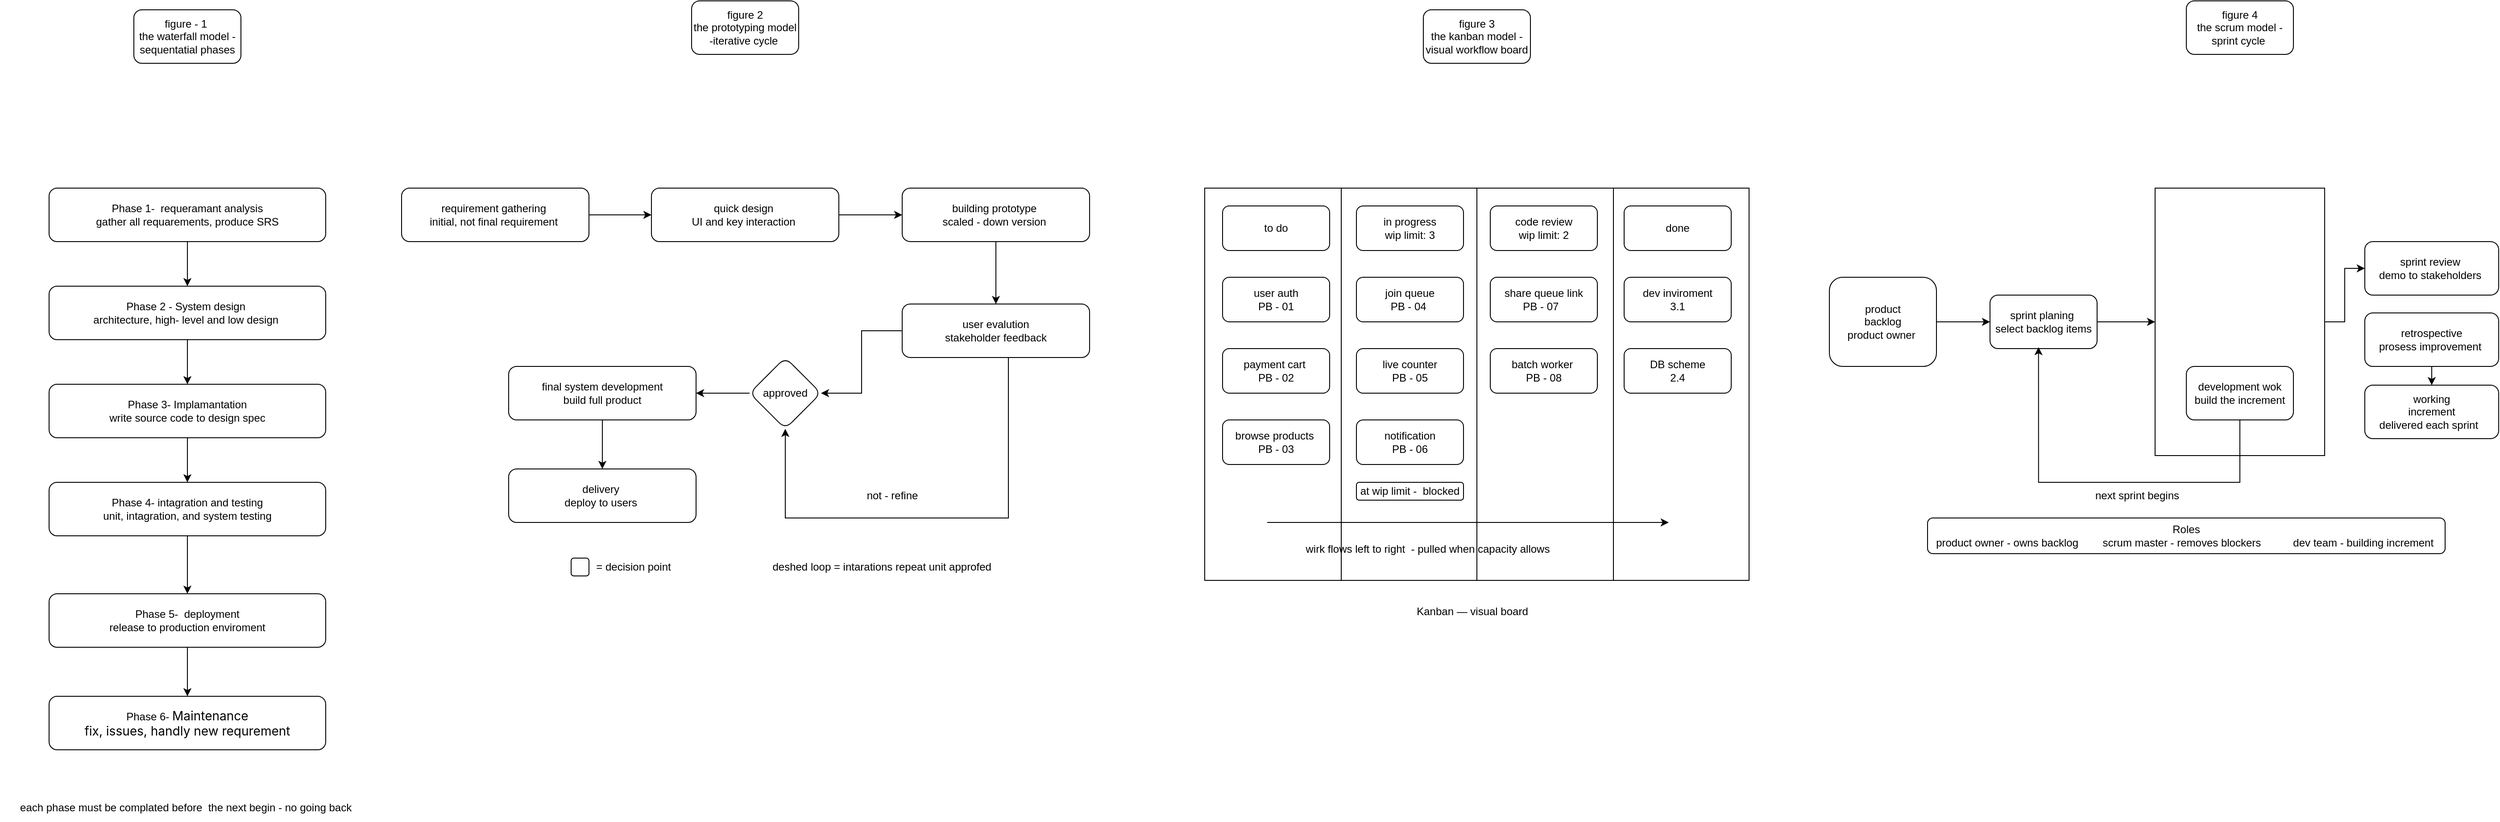
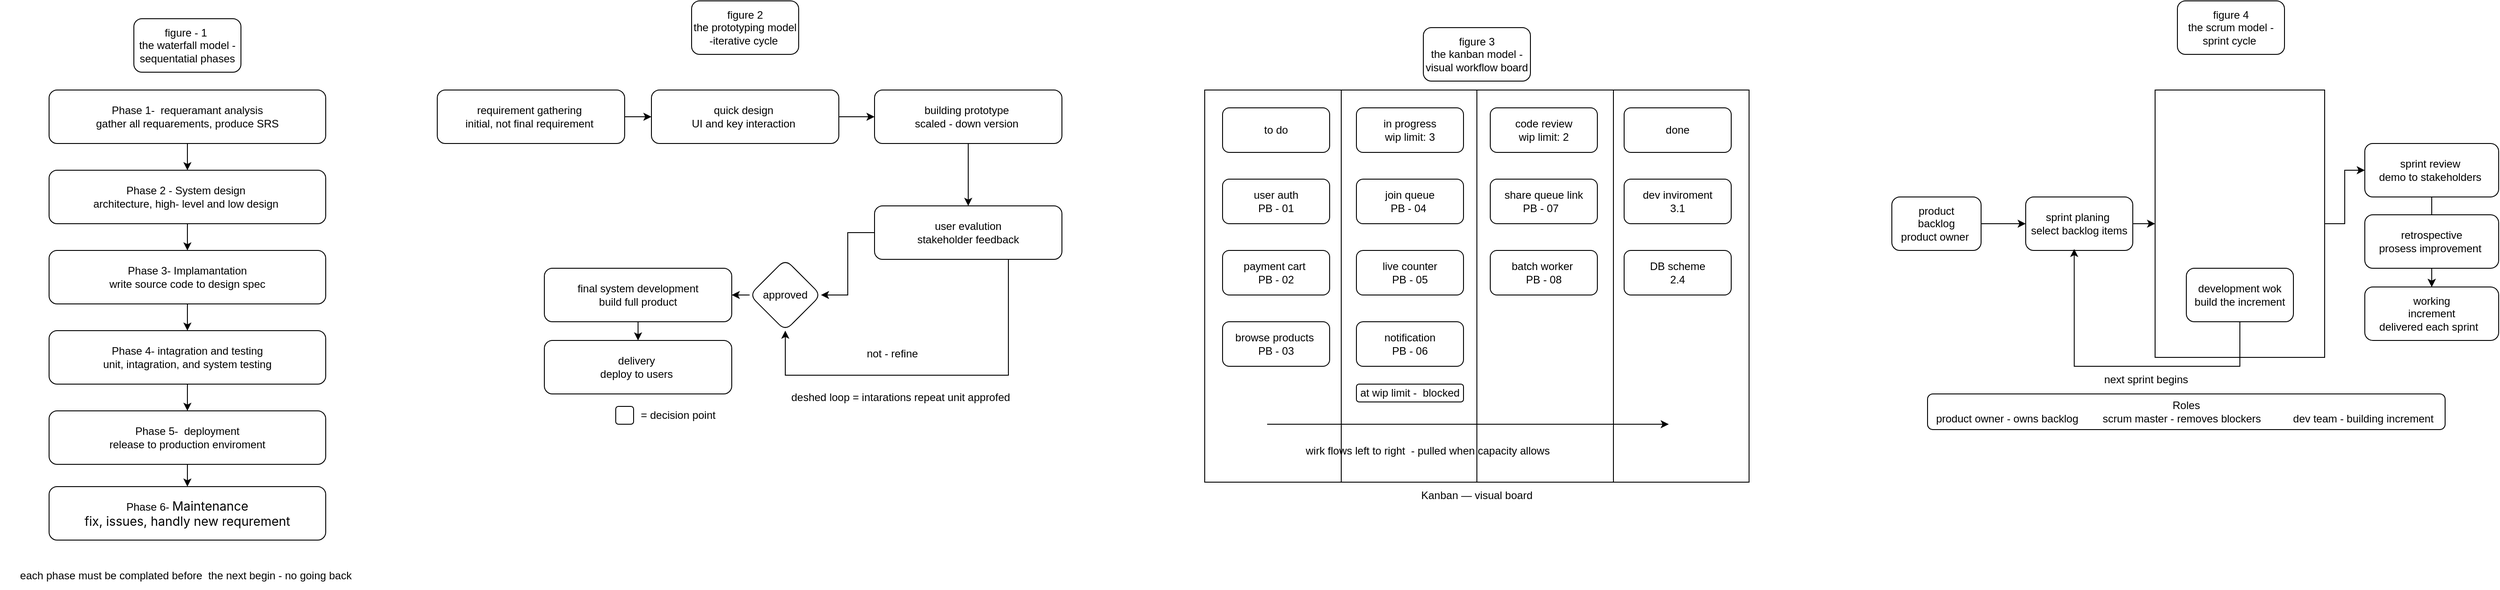
<mxfile host="app.diagrams.net" pages="2">
  <diagram name="Страница-1" id="W8KDTI9TYGR1k1TmZ-nh">
-     <mxGraphModel dx="3142" dy="3089" grid="1" gridSize="10" guides="1" tooltips="1" connect="1" arrows="1" fold="1" page="1" pageScale="1" pageWidth="827" pageHeight="1169" math="0" shadow="0">
+     <mxGraphModel dx="2357" dy="2609" grid="1" gridSize="10" guides="1" tooltips="1" connect="1" arrows="1" fold="1" page="1" pageScale="1" pageWidth="827" pageHeight="1169" math="0" shadow="0">
      <root>
        <mxCell id="0" />
        <mxCell id="1" parent="0" />
        <mxCell id="AD7cYVKL1zo6Emvl9Gtk-12" edge="1" parent="1" source="AD7cYVKL1zo6Emvl9Gtk-8" style="edgeStyle=orthogonalEdgeStyle;rounded=0;orthogonalLoop=1;jettySize=auto;html=1;" target="AD7cYVKL1zo6Emvl9Gtk-11" value="">
          <mxGeometry relative="1" as="geometry" />
        </mxCell>
        <mxCell id="AD7cYVKL1zo6Emvl9Gtk-8" parent="1" style="rounded=1;whiteSpace=wrap;html=1;" value="Phase 1-&amp;nbsp; requeramant analysis&lt;div&gt;gather all requarements, produce SRS&lt;/div&gt;" vertex="1">
          <mxGeometry height="60" width="310" x="285" y="70" as="geometry" />
        </mxCell>
        <mxCell id="AD7cYVKL1zo6Emvl9Gtk-14" edge="1" parent="1" source="AD7cYVKL1zo6Emvl9Gtk-11" style="edgeStyle=orthogonalEdgeStyle;rounded=0;orthogonalLoop=1;jettySize=auto;html=1;" target="AD7cYVKL1zo6Emvl9Gtk-13" value="">
          <mxGeometry relative="1" as="geometry" />
        </mxCell>
        <mxCell id="AD7cYVKL1zo6Emvl9Gtk-11" parent="1" style="rounded=1;whiteSpace=wrap;html=1;" value="Phase 2 - System design&amp;nbsp;&lt;div&gt;architecture, high- level and low design&amp;nbsp;&lt;/div&gt;" vertex="1">
-           <mxGeometry height="60" width="310" x="285" y="180" as="geometry" />
+           <mxGeometry height="60" width="310" x="285" y="160" as="geometry" />
        </mxCell>
        <mxCell id="AD7cYVKL1zo6Emvl9Gtk-16" edge="1" parent="1" source="AD7cYVKL1zo6Emvl9Gtk-13" style="edgeStyle=orthogonalEdgeStyle;rounded=0;orthogonalLoop=1;jettySize=auto;html=1;" target="AD7cYVKL1zo6Emvl9Gtk-15" value="">
          <mxGeometry relative="1" as="geometry" />
        </mxCell>
        <mxCell id="AD7cYVKL1zo6Emvl9Gtk-13" parent="1" style="rounded=1;whiteSpace=wrap;html=1;" value="Phase 3- Implamantation&lt;br&gt;write source code to design spec" vertex="1">
-           <mxGeometry height="60" width="310" x="285" y="290" as="geometry" />
+           <mxGeometry height="60" width="310" x="285" y="250" as="geometry" />
        </mxCell>
        <mxCell id="AD7cYVKL1zo6Emvl9Gtk-19" edge="1" parent="1" source="AD7cYVKL1zo6Emvl9Gtk-15" style="edgeStyle=orthogonalEdgeStyle;rounded=0;orthogonalLoop=1;jettySize=auto;html=1;" target="AD7cYVKL1zo6Emvl9Gtk-17" value="">
          <mxGeometry relative="1" as="geometry" />
        </mxCell>
        <mxCell id="AD7cYVKL1zo6Emvl9Gtk-15" parent="1" style="rounded=1;whiteSpace=wrap;html=1;" value="Phase 4- intagration and testing&lt;br&gt;&lt;div&gt;unit, intagration, and system testing&lt;/div&gt;" vertex="1">
-           <mxGeometry height="60" width="310" x="285" y="400" as="geometry" />
+           <mxGeometry height="60" width="310" x="285" y="340" as="geometry" />
        </mxCell>
        <mxCell id="AD7cYVKL1zo6Emvl9Gtk-21" edge="1" parent="1" source="AD7cYVKL1zo6Emvl9Gtk-17" style="edgeStyle=orthogonalEdgeStyle;rounded=0;orthogonalLoop=1;jettySize=auto;html=1;" target="AD7cYVKL1zo6Emvl9Gtk-20" value="">
          <mxGeometry relative="1" as="geometry" />
        </mxCell>
        <mxCell id="AD7cYVKL1zo6Emvl9Gtk-17" parent="1" style="rounded=1;whiteSpace=wrap;html=1;" value="Phase 5-&amp;nbsp; deployment&lt;div&gt;release to production enviroment&lt;/div&gt;" vertex="1">
-           <mxGeometry height="60" width="310" x="285" y="525" as="geometry" />
+           <mxGeometry height="60" width="310" x="285" y="430" as="geometry" />
        </mxCell>
        <mxCell id="AD7cYVKL1zo6Emvl9Gtk-20" parent="1" style="rounded=1;whiteSpace=wrap;html=1;" value="Phase 6-&amp;nbsp;&lt;span style=&quot;font-family: &amp;quot;Anthropic Sans&amp;quot;, -apple-system, BlinkMacSystemFont, &amp;quot;Segoe UI&amp;quot;, sans-serif; font-size: 14px; text-align: start; white-space: nowrap;&quot;&gt;Maintenance&lt;/span&gt;&lt;div&gt;&lt;span style=&quot;font-family: &amp;quot;Anthropic Sans&amp;quot;, -apple-system, BlinkMacSystemFont, &amp;quot;Segoe UI&amp;quot;, sans-serif; font-size: 14px; text-align: start; white-space: nowrap;&quot;&gt;fix, issues, handly new requrement&lt;/span&gt;&lt;/div&gt;" vertex="1">
-           <mxGeometry height="60" width="310" x="285" y="640" as="geometry" />
+           <mxGeometry height="60" width="310" x="285" y="515" as="geometry" />
        </mxCell>
        <mxCell id="AD7cYVKL1zo6Emvl9Gtk-22" parent="1" style="text;html=1;whiteSpace=wrap;strokeColor=none;fillColor=none;align=center;verticalAlign=middle;rounded=0;" value="each phase must be complated before&amp;nbsp; the next begin - no going back&amp;nbsp;" vertex="1">
-           <mxGeometry height="30" width="420" x="230" y="750" as="geometry" />
+           <mxGeometry height="30" width="420" x="230" y="600" as="geometry" />
        </mxCell>
        <mxCell id="AD7cYVKL1zo6Emvl9Gtk-28" edge="1" parent="1" source="AD7cYVKL1zo6Emvl9Gtk-24" style="edgeStyle=orthogonalEdgeStyle;rounded=0;orthogonalLoop=1;jettySize=auto;html=1;" target="AD7cYVKL1zo6Emvl9Gtk-27" value="">
          <mxGeometry relative="1" as="geometry" />
        </mxCell>
        <mxCell id="AD7cYVKL1zo6Emvl9Gtk-24" parent="1" style="rounded=1;whiteSpace=wrap;html=1;" value="requirement gathering&amp;nbsp;&lt;div&gt;&lt;/div&gt;&lt;div&gt;initial, not final requirement&amp;nbsp;&lt;/div&gt;" vertex="1">
-           <mxGeometry height="60" width="210" x="680" y="70" as="geometry" />
+           <mxGeometry height="60" width="210" x="720" y="70" as="geometry" />
        </mxCell>
        <mxCell id="AD7cYVKL1zo6Emvl9Gtk-30" edge="1" parent="1" source="AD7cYVKL1zo6Emvl9Gtk-27" style="edgeStyle=orthogonalEdgeStyle;rounded=0;orthogonalLoop=1;jettySize=auto;html=1;" target="AD7cYVKL1zo6Emvl9Gtk-29" value="">
          <mxGeometry relative="1" as="geometry" />
        </mxCell>
        <mxCell id="AD7cYVKL1zo6Emvl9Gtk-27" parent="1" style="rounded=1;whiteSpace=wrap;html=1;" value="quick design&amp;nbsp;&lt;div&gt;UI and key interaction&amp;nbsp;&lt;/div&gt;" vertex="1">
          <mxGeometry height="60" width="210" x="960" y="70" as="geometry" />
        </mxCell>
        <mxCell id="AD7cYVKL1zo6Emvl9Gtk-32" edge="1" parent="1" source="AD7cYVKL1zo6Emvl9Gtk-29" style="edgeStyle=orthogonalEdgeStyle;rounded=0;orthogonalLoop=1;jettySize=auto;html=1;" target="AD7cYVKL1zo6Emvl9Gtk-31" value="">
          <mxGeometry relative="1" as="geometry" />
        </mxCell>
        <mxCell id="AD7cYVKL1zo6Emvl9Gtk-29" parent="1" style="rounded=1;whiteSpace=wrap;html=1;" value="building prototype&amp;nbsp;&lt;div&gt;scaled - down version&amp;nbsp;&lt;/div&gt;" vertex="1">
-           <mxGeometry height="60" width="210" x="1241" y="70" as="geometry" />
+           <mxGeometry height="60" width="210" x="1210" y="70" as="geometry" />
        </mxCell>
        <mxCell id="AD7cYVKL1zo6Emvl9Gtk-34" edge="1" parent="1" source="AD7cYVKL1zo6Emvl9Gtk-31" style="edgeStyle=orthogonalEdgeStyle;rounded=0;orthogonalLoop=1;jettySize=auto;html=1;" target="AD7cYVKL1zo6Emvl9Gtk-33" value="">
          <mxGeometry relative="1" as="geometry" />
        </mxCell>
        <mxCell id="AD7cYVKL1zo6Emvl9Gtk-35" edge="1" parent="1" source="AD7cYVKL1zo6Emvl9Gtk-31" style="edgeStyle=orthogonalEdgeStyle;rounded=0;orthogonalLoop=1;jettySize=auto;html=1;entryX=0.5;entryY=1;entryDx=0;entryDy=0;" target="AD7cYVKL1zo6Emvl9Gtk-33">
          <mxGeometry relative="1" as="geometry">
            <Array as="points">
-               <mxPoint x="1360" y="440" />
-               <mxPoint x="1110" y="440" />
+               <mxPoint x="1360" y="390" />
+               <mxPoint x="1110" y="390" />
            </Array>
          </mxGeometry>
        </mxCell>
        <mxCell id="AD7cYVKL1zo6Emvl9Gtk-31" parent="1" style="rounded=1;whiteSpace=wrap;html=1;" value="user evalution&lt;div&gt;stakeholder feedback&lt;/div&gt;" vertex="1">
-           <mxGeometry height="60" width="210" x="1241" y="200" as="geometry" />
+           <mxGeometry height="60" width="210" x="1210" y="200" as="geometry" />
        </mxCell>
        <mxCell id="AD7cYVKL1zo6Emvl9Gtk-38" edge="1" parent="1" source="AD7cYVKL1zo6Emvl9Gtk-33" style="edgeStyle=orthogonalEdgeStyle;rounded=0;orthogonalLoop=1;jettySize=auto;html=1;" target="AD7cYVKL1zo6Emvl9Gtk-37" value="">
          <mxGeometry relative="1" as="geometry" />
        </mxCell>
        <mxCell id="AD7cYVKL1zo6Emvl9Gtk-33" parent="1" style="rhombus;whiteSpace=wrap;html=1;rounded=1;" value="approved" vertex="1">
          <mxGeometry height="80" width="80" x="1070" y="260" as="geometry" />
        </mxCell>
        <mxCell id="AD7cYVKL1zo6Emvl9Gtk-36" parent="1" style="text;html=1;whiteSpace=wrap;strokeColor=none;fillColor=none;align=center;verticalAlign=middle;rounded=0;" value="not - refine" vertex="1">
-           <mxGeometry height="30" width="60" x="1200" y="400" as="geometry" />
+           <mxGeometry height="30" width="60" x="1200" y="351" as="geometry" />
        </mxCell>
        <mxCell id="AD7cYVKL1zo6Emvl9Gtk-40" edge="1" parent="1" source="AD7cYVKL1zo6Emvl9Gtk-37" style="edgeStyle=orthogonalEdgeStyle;rounded=0;orthogonalLoop=1;jettySize=auto;html=1;" target="AD7cYVKL1zo6Emvl9Gtk-39" value="">
          <mxGeometry relative="1" as="geometry" />
        </mxCell>
        <mxCell id="AD7cYVKL1zo6Emvl9Gtk-37" parent="1" style="whiteSpace=wrap;html=1;rounded=1;" value="final system development&lt;div&gt;build full product&lt;/div&gt;" vertex="1">
-           <mxGeometry height="60" width="210" x="800" y="270" as="geometry" />
+           <mxGeometry height="60" width="210" x="840" y="270" as="geometry" />
        </mxCell>
        <mxCell id="AD7cYVKL1zo6Emvl9Gtk-39" parent="1" style="whiteSpace=wrap;html=1;rounded=1;" value="delivery&amp;nbsp;&lt;div&gt;deploy to users&amp;nbsp;&lt;/div&gt;" vertex="1">
-           <mxGeometry height="60" width="210" x="800" y="385" as="geometry" />
+           <mxGeometry height="60" width="210" x="840" y="351" as="geometry" />
        </mxCell>
        <mxCell id="AD7cYVKL1zo6Emvl9Gtk-41" parent="1" style="rounded=1;whiteSpace=wrap;html=1;" value="" vertex="1">
-           <mxGeometry height="20" width="20" x="870" y="485" as="geometry" />
+           <mxGeometry height="20" width="20" x="920" y="425" as="geometry" />
        </mxCell>
        <mxCell id="AD7cYVKL1zo6Emvl9Gtk-42" parent="1" style="text;html=1;whiteSpace=wrap;strokeColor=none;fillColor=none;align=center;verticalAlign=middle;rounded=0;" value="= decision point" vertex="1">
-           <mxGeometry height="30" width="100" x="890" y="480" as="geometry" />
+           <mxGeometry height="30" width="100" x="940" y="420" as="geometry" />
        </mxCell>
        <mxCell id="AD7cYVKL1zo6Emvl9Gtk-43" parent="1" style="text;html=1;whiteSpace=wrap;strokeColor=none;fillColor=none;align=center;verticalAlign=middle;rounded=0;" value="deshed loop = intarations repeat unit approfed&amp;nbsp;" vertex="1">
-           <mxGeometry height="30" width="280" x="1080" y="480" as="geometry" />
+           <mxGeometry height="30" width="280" x="1101" y="400" as="geometry" />
        </mxCell>
        <mxCell id="AD7cYVKL1zo6Emvl9Gtk-44" parent="1" style="shape=table;startSize=0;container=1;collapsible=0;childLayout=tableLayout;fixedHeader=1;" value="" vertex="1">
          <mxGeometry height="440" width="610" x="1580" y="70" as="geometry" />
        </mxCell>
        <mxCell id="AD7cYVKL1zo6Emvl9Gtk-45" parent="AD7cYVKL1zo6Emvl9Gtk-44" style="shape=tableRow;horizontal=0;startSize=0;swimlaneHead=0;swimlaneBody=0;strokeColor=inherit;top=0;left=0;bottom=0;right=0;collapsible=0;dropTarget=0;fillColor=none;points=[[0,0.5],[1,0.5]];portConstraint=eastwest;fixedHeader=1;" value="" vertex="1">
          <mxGeometry height="440" width="610" as="geometry" />
        </mxCell>
        <mxCell id="AD7cYVKL1zo6Emvl9Gtk-46" parent="AD7cYVKL1zo6Emvl9Gtk-45" style="shape=partialRectangle;html=1;whiteSpace=wrap;connectable=0;strokeColor=inherit;overflow=hidden;fillColor=none;top=0;left=0;bottom=0;right=0;pointerEvents=1;" value="" vertex="1">
          <mxGeometry height="440" width="153" as="geometry">
            <mxRectangle height="440" width="153" as="alternateBounds" />
          </mxGeometry>
        </mxCell>
        <mxCell id="AD7cYVKL1zo6Emvl9Gtk-47" parent="AD7cYVKL1zo6Emvl9Gtk-45" style="shape=partialRectangle;html=1;whiteSpace=wrap;connectable=0;strokeColor=inherit;overflow=hidden;fillColor=none;top=0;left=0;bottom=0;right=0;pointerEvents=1;" value="" vertex="1">
          <mxGeometry height="440" width="152" x="153" as="geometry">
            <mxRectangle height="440" width="152" as="alternateBounds" />
          </mxGeometry>
        </mxCell>
        <mxCell id="AD7cYVKL1zo6Emvl9Gtk-48" parent="AD7cYVKL1zo6Emvl9Gtk-45" style="shape=partialRectangle;html=1;whiteSpace=wrap;connectable=0;strokeColor=inherit;overflow=hidden;fillColor=none;top=0;left=0;bottom=0;right=0;pointerEvents=1;" value="" vertex="1">
          <mxGeometry height="440" width="153" x="305" as="geometry">
            <mxRectangle height="440" width="153" as="alternateBounds" />
          </mxGeometry>
        </mxCell>
        <mxCell id="AD7cYVKL1zo6Emvl9Gtk-49" parent="AD7cYVKL1zo6Emvl9Gtk-45" style="shape=partialRectangle;html=1;whiteSpace=wrap;connectable=0;strokeColor=inherit;overflow=hidden;fillColor=none;top=0;left=0;bottom=0;right=0;pointerEvents=1;" value="" vertex="1">
          <mxGeometry height="440" width="152" x="458" as="geometry">
            <mxRectangle height="440" width="152" as="alternateBounds" />
          </mxGeometry>
        </mxCell>
        <mxCell id="AD7cYVKL1zo6Emvl9Gtk-50" parent="1" style="rounded=1;whiteSpace=wrap;html=1;" value="to do" vertex="1">
          <mxGeometry height="50" width="120" x="1600" y="90" as="geometry" />
        </mxCell>
        <mxCell id="AD7cYVKL1zo6Emvl9Gtk-57" parent="1" style="rounded=1;whiteSpace=wrap;html=1;" value="user auth&lt;div&gt;PB - 01&lt;/div&gt;" vertex="1">
          <mxGeometry height="50" width="120" x="1600" y="170" as="geometry" />
        </mxCell>
        <mxCell id="AD7cYVKL1zo6Emvl9Gtk-59" parent="1" style="rounded=1;whiteSpace=wrap;html=1;" value="payment cart&amp;nbsp;&lt;div&gt;PB - 02&lt;/div&gt;" vertex="1">
          <mxGeometry height="50" width="120" x="1600" y="250" as="geometry" />
        </mxCell>
        <mxCell id="AD7cYVKL1zo6Emvl9Gtk-60" parent="1" style="rounded=1;whiteSpace=wrap;html=1;" value="browse products&amp;nbsp;&lt;div&gt;PB - 03&lt;/div&gt;" vertex="1">
          <mxGeometry height="50" width="120" x="1600" y="330" as="geometry" />
        </mxCell>
        <mxCell id="AD7cYVKL1zo6Emvl9Gtk-61" parent="1" style="rounded=1;whiteSpace=wrap;html=1;" value="in progress&lt;div&gt;wip limit: 3&lt;/div&gt;" vertex="1">
          <mxGeometry height="50" width="120" x="1750" y="90" as="geometry" />
        </mxCell>
        <mxCell id="AD7cYVKL1zo6Emvl9Gtk-62" parent="1" style="rounded=1;whiteSpace=wrap;html=1;" value="code review&lt;div&gt;wip limit: 2&lt;/div&gt;" vertex="1">
          <mxGeometry height="50" width="120" x="1900" y="90" as="geometry" />
        </mxCell>
        <mxCell id="AD7cYVKL1zo6Emvl9Gtk-63" parent="1" style="rounded=1;whiteSpace=wrap;html=1;" value="done" vertex="1">
          <mxGeometry height="50" width="120" x="2050" y="90" as="geometry" />
        </mxCell>
        <mxCell id="AD7cYVKL1zo6Emvl9Gtk-64" parent="1" style="rounded=1;whiteSpace=wrap;html=1;" value="dev inviroment&lt;div&gt;3.1&lt;/div&gt;" vertex="1">
          <mxGeometry height="50" width="120" x="2050" y="170" as="geometry" />
        </mxCell>
        <mxCell id="AD7cYVKL1zo6Emvl9Gtk-65" parent="1" style="rounded=1;whiteSpace=wrap;html=1;" value="join queue&lt;div&gt;PB - 04&amp;nbsp;&lt;/div&gt;" vertex="1">
          <mxGeometry height="50" width="120" x="1750" y="170" as="geometry" />
        </mxCell>
        <mxCell id="AD7cYVKL1zo6Emvl9Gtk-70" parent="1" style="rounded=1;whiteSpace=wrap;html=1;" value="live counter&lt;div&gt;PB - 05&lt;/div&gt;" vertex="1">
          <mxGeometry height="50" width="120" x="1750" y="250" as="geometry" />
        </mxCell>
        <mxCell id="AD7cYVKL1zo6Emvl9Gtk-71" parent="1" style="rounded=1;whiteSpace=wrap;html=1;" value="notification&lt;div&gt;PB - 06&lt;/div&gt;" vertex="1">
          <mxGeometry height="50" width="120" x="1750" y="330" as="geometry" />
        </mxCell>
        <mxCell id="AD7cYVKL1zo6Emvl9Gtk-73" parent="1" style="rounded=1;whiteSpace=wrap;html=1;" value="share queue link&lt;div&gt;&lt;span style=&quot;background-color: transparent; color: light-dark(rgb(0, 0, 0), rgb(255, 255, 255));&quot;&gt;PB - 07&amp;nbsp;&amp;nbsp;&lt;/span&gt;&lt;/div&gt;" vertex="1">
          <mxGeometry height="50" width="120" x="1900" y="170" as="geometry" />
        </mxCell>
        <mxCell id="AD7cYVKL1zo6Emvl9Gtk-74" parent="1" style="rounded=1;whiteSpace=wrap;html=1;" value="batch worker&amp;nbsp;&lt;div&gt;PB - 08&lt;/div&gt;" vertex="1">
          <mxGeometry height="50" width="120" x="1900" y="250" as="geometry" />
        </mxCell>
        <mxCell id="AD7cYVKL1zo6Emvl9Gtk-76" parent="1" style="rounded=1;whiteSpace=wrap;html=1;" value="DB scheme&lt;div&gt;2.4&lt;/div&gt;" vertex="1">
          <mxGeometry height="50" width="120" x="2050" y="250" as="geometry" />
        </mxCell>
        <mxCell id="AD7cYVKL1zo6Emvl9Gtk-78" parent="1" style="rounded=1;whiteSpace=wrap;html=1;" value="at wip limit -&amp;nbsp; blocked" vertex="1">
          <mxGeometry height="20" width="120" x="1750" y="400" as="geometry" />
        </mxCell>
        <mxCell id="AD7cYVKL1zo6Emvl9Gtk-88" edge="1" parent="1" style="endArrow=classic;html=1;rounded=0;exitX=1;exitY=0.5;exitDx=0;exitDy=0;entryX=0;entryY=0.5;entryDx=0;entryDy=0;" value="">
          <mxGeometry height="50" relative="1" width="50" as="geometry">
            <mxPoint x="1650" y="445" as="sourcePoint" />
            <mxPoint x="2100" y="445" as="targetPoint" />
          </mxGeometry>
        </mxCell>
        <mxCell id="AD7cYVKL1zo6Emvl9Gtk-93" parent="1" style="text;html=1;whiteSpace=wrap;strokeColor=none;fillColor=none;align=center;verticalAlign=middle;rounded=0;" value="wirk flows left to right&amp;nbsp; - pulled when capacity allows" vertex="1">
          <mxGeometry height="30" width="440" x="1610" y="460" as="geometry" />
        </mxCell>
        <mxCell id="AD7cYVKL1zo6Emvl9Gtk-94" parent="1" style="text;html=1;whiteSpace=wrap;strokeColor=none;fillColor=none;align=center;verticalAlign=middle;rounded=0;" value="Kanban — visual board" vertex="1">
-           <mxGeometry height="30" width="240" x="1760" y="530" as="geometry" />
+           <mxGeometry height="30" width="240" x="1765" y="510" as="geometry" />
        </mxCell>
        <mxCell id="AD7cYVKL1zo6Emvl9Gtk-97" edge="1" parent="1" source="AD7cYVKL1zo6Emvl9Gtk-95" style="edgeStyle=orthogonalEdgeStyle;rounded=0;orthogonalLoop=1;jettySize=auto;html=1;" target="AD7cYVKL1zo6Emvl9Gtk-96" value="">
          <mxGeometry relative="1" as="geometry" />
        </mxCell>
        <mxCell id="AD7cYVKL1zo6Emvl9Gtk-95" parent="1" style="rounded=1;whiteSpace=wrap;html=1;" value="product&lt;div&gt;backlog&lt;/div&gt;&lt;div&gt;product owner&amp;nbsp;&lt;/div&gt;" vertex="1">
-           <mxGeometry height="100" width="120" x="2280" y="170" as="geometry" />
+           <mxGeometry height="60" width="100" x="2350" y="190" as="geometry" />
        </mxCell>
        <mxCell id="AD7cYVKL1zo6Emvl9Gtk-119" edge="1" parent="1" source="AD7cYVKL1zo6Emvl9Gtk-96" style="edgeStyle=orthogonalEdgeStyle;rounded=0;orthogonalLoop=1;jettySize=auto;html=1;entryX=0;entryY=0.5;entryDx=0;entryDy=0;" target="AD7cYVKL1zo6Emvl9Gtk-110">
          <mxGeometry relative="1" as="geometry" />
        </mxCell>
        <mxCell id="AD7cYVKL1zo6Emvl9Gtk-96" parent="1" style="whiteSpace=wrap;html=1;rounded=1;" value="sprint planing&amp;nbsp;&lt;div&gt;select backlog items&lt;/div&gt;" vertex="1">
-           <mxGeometry height="60" width="120" x="2460" y="190" as="geometry" />
+           <mxGeometry height="60" width="120" x="2500" y="190" as="geometry" />
        </mxCell>
        <mxCell id="AD7cYVKL1zo6Emvl9Gtk-117" edge="1" parent="1" source="AD7cYVKL1zo6Emvl9Gtk-107" style="edgeStyle=orthogonalEdgeStyle;rounded=0;orthogonalLoop=1;jettySize=auto;html=1;" target="AD7cYVKL1zo6Emvl9Gtk-116" value="">
          <mxGeometry relative="1" as="geometry" />
        </mxCell>
        <mxCell id="AD7cYVKL1zo6Emvl9Gtk-107" parent="1" style="rounded=1;whiteSpace=wrap;html=1;" value="sprint backlog&amp;nbsp;&lt;div&gt;committed tasks&lt;/div&gt;" vertex="1">
          <mxGeometry height="60" width="120" x="2680" y="110" as="geometry" />
        </mxCell>
        <mxCell id="AD7cYVKL1zo6Emvl9Gtk-108" parent="1" style="text;html=1;whiteSpace=wrap;strokeColor=none;fillColor=none;align=center;verticalAlign=middle;rounded=0;" value="sprint (1-4 weeks)" vertex="1">
          <mxGeometry height="30" width="110" x="2680" y="80" as="geometry" />
        </mxCell>
        <mxCell id="AD7cYVKL1zo6Emvl9Gtk-115" parent="1" style="whiteSpace=wrap;html=1;rounded=1;" value="dalily scrum&amp;nbsp;&lt;div&gt;15 min stand - up&lt;/div&gt;" vertex="1">
          <mxGeometry height="60" width="120" x="2680" y="190" as="geometry" />
        </mxCell>
        <mxCell id="AD7cYVKL1zo6Emvl9Gtk-109" parent="1" style="shape=table;startSize=0;container=1;collapsible=0;childLayout=tableLayout;fixedHeader=1;" value="" vertex="1">
          <mxGeometry height="300" width="190" x="2645" y="70" as="geometry" />
        </mxCell>
        <mxCell id="AD7cYVKL1zo6Emvl9Gtk-110" parent="AD7cYVKL1zo6Emvl9Gtk-109" style="shape=tableRow;horizontal=0;startSize=0;swimlaneHead=0;swimlaneBody=0;strokeColor=inherit;top=0;left=0;bottom=0;right=0;collapsible=0;dropTarget=0;fillColor=none;points=[[0,0.5],[1,0.5]];portConstraint=eastwest;fixedHeader=1;" value="" vertex="1">
          <mxGeometry height="300" width="190" as="geometry" />
        </mxCell>
        <mxCell id="AD7cYVKL1zo6Emvl9Gtk-111" parent="AD7cYVKL1zo6Emvl9Gtk-110" style="shape=partialRectangle;html=1;whiteSpace=wrap;connectable=0;strokeColor=inherit;overflow=hidden;fillColor=none;top=0;left=0;bottom=0;right=0;pointerEvents=1;" value="" vertex="1">
          <mxGeometry height="300" width="190" as="geometry">
            <mxRectangle height="300" width="190" as="alternateBounds" />
          </mxGeometry>
        </mxCell>
        <mxCell id="AD7cYVKL1zo6Emvl9Gtk-116" parent="1" style="whiteSpace=wrap;html=1;rounded=1;" value="development wok&lt;div&gt;build the increment&lt;/div&gt;" vertex="1">
          <mxGeometry height="60" width="120" x="2680" y="270" as="geometry" />
        </mxCell>
        <mxCell id="AD7cYVKL1zo6Emvl9Gtk-118" edge="1" parent="1" source="AD7cYVKL1zo6Emvl9Gtk-116" style="edgeStyle=orthogonalEdgeStyle;rounded=0;orthogonalLoop=1;jettySize=auto;html=1;entryX=0.453;entryY=0.972;entryDx=0;entryDy=0;entryPerimeter=0;" target="AD7cYVKL1zo6Emvl9Gtk-96">
          <mxGeometry relative="1" as="geometry">
            <Array as="points">
-               <mxPoint x="2740" y="400" />
-               <mxPoint x="2514" y="400" />
+               <mxPoint x="2740" y="380" />
+               <mxPoint x="2554" y="380" />
            </Array>
          </mxGeometry>
        </mxCell>
        <mxCell id="AD7cYVKL1zo6Emvl9Gtk-120" parent="1" style="text;html=1;whiteSpace=wrap;strokeColor=none;fillColor=none;align=center;verticalAlign=middle;rounded=0;" value="next sprint begins" vertex="1">
-           <mxGeometry height="30" width="110" x="2570" y="400" as="geometry" />
+           <mxGeometry height="30" width="110" x="2580" y="380" as="geometry" />
+         </mxCell>
+         <mxCell id="a7a6vfPSwvlyquDUGQXP-2" edge="1" parent="1" source="AD7cYVKL1zo6Emvl9Gtk-121" style="edgeStyle=orthogonalEdgeStyle;rounded=0;orthogonalLoop=1;jettySize=auto;html=1;" target="AD7cYVKL1zo6Emvl9Gtk-123" value="">
+           <mxGeometry relative="1" as="geometry" />
        </mxCell>
        <mxCell id="AD7cYVKL1zo6Emvl9Gtk-121" parent="1" style="rounded=1;whiteSpace=wrap;html=1;" value="sprint review&amp;nbsp;&lt;div&gt;demo to stakeholders&amp;nbsp;&lt;/div&gt;" vertex="1">
          <mxGeometry height="60" width="150" x="2880" y="130" as="geometry" />
        </mxCell>
        <mxCell id="AD7cYVKL1zo6Emvl9Gtk-125" edge="1" parent="1" source="AD7cYVKL1zo6Emvl9Gtk-122" style="edgeStyle=orthogonalEdgeStyle;rounded=0;orthogonalLoop=1;jettySize=auto;html=1;" target="AD7cYVKL1zo6Emvl9Gtk-123" value="">
          <mxGeometry relative="1" as="geometry" />
        </mxCell>
        <mxCell id="AD7cYVKL1zo6Emvl9Gtk-122" parent="1" style="rounded=1;whiteSpace=wrap;html=1;" value="retrospective&lt;div&gt;prosess improvement&amp;nbsp;&lt;/div&gt;" vertex="1">
          <mxGeometry height="60" width="150" x="2880" y="210" as="geometry" />
        </mxCell>
        <mxCell id="AD7cYVKL1zo6Emvl9Gtk-123" parent="1" style="rounded=1;whiteSpace=wrap;html=1;" value="working&lt;div&gt;increment&lt;/div&gt;&lt;div&gt;delivered each sprint&amp;nbsp;&amp;nbsp;&lt;/div&gt;" vertex="1">
          <mxGeometry height="60" width="150" x="2880" y="291" as="geometry" />
        </mxCell>
        <mxCell id="AD7cYVKL1zo6Emvl9Gtk-126" edge="1" parent="1" source="AD7cYVKL1zo6Emvl9Gtk-110" style="edgeStyle=orthogonalEdgeStyle;rounded=0;orthogonalLoop=1;jettySize=auto;html=1;" target="AD7cYVKL1zo6Emvl9Gtk-121">
          <mxGeometry relative="1" as="geometry" />
        </mxCell>
        <mxCell id="AD7cYVKL1zo6Emvl9Gtk-127" parent="1" style="rounded=1;whiteSpace=wrap;html=1;" value="Roles&lt;div&gt;product owner - owns backlog&lt;span style=&quot;white-space: pre;&quot;&gt;&#x9;&lt;/span&gt;scrum master - removes blockers&lt;span style=&quot;white-space: pre;&quot;&gt;&#x9;&lt;/span&gt;&lt;span style=&quot;white-space: pre;&quot;&gt;&#x9;&lt;/span&gt;dev team - building increment&amp;nbsp;&lt;/div&gt;" vertex="1">
-           <mxGeometry height="40" width="580" x="2390" y="440" as="geometry" />
+           <mxGeometry height="40" width="580" x="2390" y="411" as="geometry" />
        </mxCell>
        <mxCell id="AD7cYVKL1zo6Emvl9Gtk-129" parent="1" style="rounded=1;whiteSpace=wrap;html=1;" value="figure - 1&amp;nbsp;&lt;div&gt;the waterfall model - sequentatial phases&lt;/div&gt;" vertex="1">
-           <mxGeometry height="60" width="120" x="380" y="-130" as="geometry" />
+           <mxGeometry height="60" width="120" x="380" y="-10" as="geometry" />
        </mxCell>
        <mxCell id="AD7cYVKL1zo6Emvl9Gtk-130" parent="1" style="rounded=1;whiteSpace=wrap;html=1;" value="figure 2&lt;div&gt;the prototyping model -iterative cycle&amp;nbsp;&lt;/div&gt;" vertex="1">
-           <mxGeometry height="60" width="120" x="1005" y="-140" as="geometry" />
+           <mxGeometry height="60" width="120" x="1005" y="-30" as="geometry" />
        </mxCell>
        <mxCell id="AD7cYVKL1zo6Emvl9Gtk-131" parent="1" style="rounded=1;whiteSpace=wrap;html=1;" value="figure 3&lt;div&gt;the kanban model -&lt;/div&gt;&lt;div&gt;visual workflow board&lt;/div&gt;" vertex="1">
-           <mxGeometry height="60" width="120" x="1825" y="-130" as="geometry" />
+           <mxGeometry height="60" width="120" x="1825" as="geometry" />
        </mxCell>
        <mxCell id="AD7cYVKL1zo6Emvl9Gtk-132" parent="1" style="rounded=1;whiteSpace=wrap;html=1;" value="figure 4&lt;div&gt;the scrum model - sprint cycle&amp;nbsp;&lt;/div&gt;" vertex="1">
-           <mxGeometry height="60" width="120" x="2680" y="-140" as="geometry" />
+           <mxGeometry height="60" width="120" x="2670" y="-30" as="geometry" />
        </mxCell>
      </root>
    </mxGraphModel>
  </diagram>
  <diagram id="je54Hcc0nJSqY_amra5O" name="Страница-2">
    <mxGraphModel dx="1664" dy="2185" grid="1" gridSize="10" guides="1" tooltips="1" connect="1" arrows="1" fold="1" page="1" pageScale="1" pageWidth="827" pageHeight="1169" math="0" shadow="0">
      <root>
        <mxCell id="0" />
        <mxCell id="1" parent="0" />
        <mxCell id="nP7MUzTF3mefOpApIKCE-3" edge="1" parent="1" source="nP7MUzTF3mefOpApIKCE-1" style="edgeStyle=orthogonalEdgeStyle;rounded=0;orthogonalLoop=1;jettySize=auto;html=1;" target="nP7MUzTF3mefOpApIKCE-2" value="">
          <mxGeometry relative="1" as="geometry" />
        </mxCell>
        <mxCell id="nP7MUzTF3mefOpApIKCE-1" parent="1" style="rounded=1;whiteSpace=wrap;html=1;" value="start: gueest check - in request&amp;nbsp;" vertex="1">
          <mxGeometry height="40" width="190" x="160" y="50" as="geometry" />
        </mxCell>
        <mxCell id="nP7MUzTF3mefOpApIKCE-5" edge="1" parent="1" source="nP7MUzTF3mefOpApIKCE-2" style="edgeStyle=orthogonalEdgeStyle;rounded=0;orthogonalLoop=1;jettySize=auto;html=1;" target="nP7MUzTF3mefOpApIKCE-4" value="">
          <mxGeometry relative="1" as="geometry" />
        </mxCell>
        <mxCell id="nP7MUzTF3mefOpApIKCE-2" parent="1" style="rounded=1;whiteSpace=wrap;html=1;" value="validate inputs&lt;div&gt;guest name, ID, room type, preferance&amp;nbsp;&amp;nbsp;&lt;/div&gt;" vertex="1">
          <mxGeometry height="60" width="220" x="145" y="130" as="geometry" />
        </mxCell>
        <mxCell id="nP7MUzTF3mefOpApIKCE-7" edge="1" parent="1" source="nP7MUzTF3mefOpApIKCE-4" style="edgeStyle=orthogonalEdgeStyle;rounded=0;orthogonalLoop=1;jettySize=auto;html=1;" target="nP7MUzTF3mefOpApIKCE-6" value="">
          <mxGeometry relative="1" as="geometry" />
        </mxCell>
        <mxCell id="nP7MUzTF3mefOpApIKCE-9" edge="1" parent="1" source="nP7MUzTF3mefOpApIKCE-4" style="edgeStyle=orthogonalEdgeStyle;rounded=0;orthogonalLoop=1;jettySize=auto;html=1;" target="nP7MUzTF3mefOpApIKCE-8" value="">
          <mxGeometry relative="1" as="geometry" />
        </mxCell>
        <mxCell id="nP7MUzTF3mefOpApIKCE-4" parent="1" style="rhombus;whiteSpace=wrap;html=1;rounded=1;" value="valid&lt;div&gt;inputs?&lt;/div&gt;" vertex="1">
          <mxGeometry height="80" width="80" x="215" y="240" as="geometry" />
        </mxCell>
        <mxCell id="nP7MUzTF3mefOpApIKCE-6" parent="1" style="whiteSpace=wrap;html=1;rounded=1;" value="return validation&lt;div&gt;error - stop&lt;/div&gt;" vertex="1">
          <mxGeometry height="40" width="115" x="356" y="260" as="geometry" />
        </mxCell>
        <mxCell id="nP7MUzTF3mefOpApIKCE-12" edge="1" parent="1" source="nP7MUzTF3mefOpApIKCE-8" style="edgeStyle=orthogonalEdgeStyle;rounded=0;orthogonalLoop=1;jettySize=auto;html=1;" target="nP7MUzTF3mefOpApIKCE-11" value="">
          <mxGeometry relative="1" as="geometry" />
        </mxCell>
        <mxCell id="nP7MUzTF3mefOpApIKCE-8" parent="1" style="rounded=1;whiteSpace=wrap;html=1;" value="filter rooms by type + clean status&lt;div&gt;exlude dirty, being cleaned, maintenance&amp;nbsp;&lt;/div&gt;" vertex="1">
          <mxGeometry height="60" width="235" x="137.5" y="360" as="geometry" />
        </mxCell>
        <mxCell id="nP7MUzTF3mefOpApIKCE-10" parent="1" style="text;html=1;whiteSpace=wrap;strokeColor=none;fillColor=none;align=center;verticalAlign=middle;rounded=0;" value="no" vertex="1">
          <mxGeometry height="30" width="60" x="295" y="250" as="geometry" />
        </mxCell>
        <mxCell id="nP7MUzTF3mefOpApIKCE-14" edge="1" parent="1" source="nP7MUzTF3mefOpApIKCE-11" style="edgeStyle=orthogonalEdgeStyle;rounded=0;orthogonalLoop=1;jettySize=auto;html=1;" target="nP7MUzTF3mefOpApIKCE-13" value="">
          <mxGeometry relative="1" as="geometry" />
        </mxCell>
        <mxCell id="nP7MUzTF3mefOpApIKCE-16" edge="1" parent="1" source="nP7MUzTF3mefOpApIKCE-11" style="edgeStyle=orthogonalEdgeStyle;rounded=0;orthogonalLoop=1;jettySize=auto;html=1;" target="nP7MUzTF3mefOpApIKCE-15" value="">
          <mxGeometry relative="1" as="geometry" />
        </mxCell>
        <mxCell id="nP7MUzTF3mefOpApIKCE-11" parent="1" style="rhombus;whiteSpace=wrap;html=1;rounded=1;" value="candidates&amp;nbsp;&lt;div&gt;found?&lt;/div&gt;" vertex="1">
          <mxGeometry height="80" width="80" x="215" y="490" as="geometry" />
        </mxCell>
        <mxCell id="nP7MUzTF3mefOpApIKCE-13" parent="1" style="whiteSpace=wrap;html=1;rounded=1;" value="return &quot;no rooms&lt;div&gt;available&quot; - stop&lt;/div&gt;" vertex="1">
          <mxGeometry height="60" width="120" x="35" y="500" as="geometry" />
        </mxCell>
        <mxCell id="nP7MUzTF3mefOpApIKCE-18" edge="1" parent="1" source="nP7MUzTF3mefOpApIKCE-15" style="edgeStyle=orthogonalEdgeStyle;rounded=0;orthogonalLoop=1;jettySize=auto;html=1;" target="nP7MUzTF3mefOpApIKCE-17" value="">
          <mxGeometry relative="1" as="geometry" />
        </mxCell>
        <mxCell id="nP7MUzTF3mefOpApIKCE-21" edge="1" parent="1" source="nP7MUzTF3mefOpApIKCE-15" style="edgeStyle=orthogonalEdgeStyle;rounded=0;orthogonalLoop=1;jettySize=auto;html=1;" target="nP7MUzTF3mefOpApIKCE-20" value="">
          <mxGeometry relative="1" as="geometry" />
        </mxCell>
        <mxCell id="nP7MUzTF3mefOpApIKCE-15" parent="1" style="rhombus;whiteSpace=wrap;html=1;rounded=1;" value="floor&lt;div&gt;preferance set&lt;/div&gt;" vertex="1">
          <mxGeometry height="80" width="80" x="215" y="600" as="geometry" />
        </mxCell>
        <mxCell id="nP7MUzTF3mefOpApIKCE-17" parent="1" style="whiteSpace=wrap;html=1;rounded=1;" value="filter by floor pref&lt;div&gt;fall back if none found&lt;/div&gt;" vertex="1">
          <mxGeometry height="60" width="135" x="355" y="610" as="geometry" />
        </mxCell>
        <mxCell id="nP7MUzTF3mefOpApIKCE-19" parent="1" style="text;html=1;whiteSpace=wrap;strokeColor=none;fillColor=none;align=center;verticalAlign=middle;rounded=0;" value="yes" vertex="1">
          <mxGeometry height="30" width="60" x="290" y="610" as="geometry" />
        </mxCell>
        <mxCell id="nP7MUzTF3mefOpApIKCE-25" edge="1" parent="1" source="nP7MUzTF3mefOpApIKCE-20" style="edgeStyle=orthogonalEdgeStyle;rounded=0;orthogonalLoop=1;jettySize=auto;html=1;" target="nP7MUzTF3mefOpApIKCE-24" value="">
          <mxGeometry relative="1" as="geometry" />
        </mxCell>
        <mxCell id="nP7MUzTF3mefOpApIKCE-28" edge="1" parent="1" source="nP7MUzTF3mefOpApIKCE-20" style="edgeStyle=orthogonalEdgeStyle;rounded=0;orthogonalLoop=1;jettySize=auto;html=1;" target="nP7MUzTF3mefOpApIKCE-26" value="">
          <mxGeometry relative="1" as="geometry" />
        </mxCell>
        <mxCell id="nP7MUzTF3mefOpApIKCE-20" parent="1" style="whiteSpace=wrap;html=1;rounded=1;" value="sort by clean_ since ascending" vertex="1">
          <mxGeometry height="40" width="217.5" x="146.25" y="740" as="geometry" />
        </mxCell>
        <mxCell id="nP7MUzTF3mefOpApIKCE-23" parent="1" style="text;html=1;whiteSpace=wrap;strokeColor=none;fillColor=none;align=center;verticalAlign=middle;rounded=0;" value="no" vertex="1">
          <mxGeometry height="30" width="60" x="215" y="690" as="geometry" />
        </mxCell>
        <mxCell id="nP7MUzTF3mefOpApIKCE-27" edge="1" parent="1" source="nP7MUzTF3mefOpApIKCE-24" style="edgeStyle=orthogonalEdgeStyle;rounded=0;orthogonalLoop=1;jettySize=auto;html=1;" target="nP7MUzTF3mefOpApIKCE-26" value="">
          <mxGeometry relative="1" as="geometry">
            <Array as="points">
              <mxPoint x="480" y="840" />
            </Array>
          </mxGeometry>
        </mxCell>
        <mxCell id="nP7MUzTF3mefOpApIKCE-24" parent="1" style="whiteSpace=wrap;html=1;rounded=1;" value="apply proximity&amp;nbsp;&lt;div&gt;tiebreaker (room no.)&lt;/div&gt;" vertex="1">
          <mxGeometry height="60" width="120" x="420" y="730" as="geometry" />
        </mxCell>
        <mxCell id="nP7MUzTF3mefOpApIKCE-26" parent="1" style="whiteSpace=wrap;html=1;rounded=1;" value="assign room, set status&lt;div&gt;occupied - publish chekin event&amp;nbsp;&lt;/div&gt;" vertex="1">
          <mxGeometry height="60" width="187.5" x="161.25" y="840" as="geometry" />
        </mxCell>
        <mxCell id="nP7MUzTF3mefOpApIKCE-29" parent="1" style="text;html=1;whiteSpace=wrap;strokeColor=none;fillColor=none;align=center;verticalAlign=middle;rounded=0;" value="&lt;strong&gt;Figure 1&lt;/strong&gt; — Room Assignment Algorithm flowchart:" vertex="1">
          <mxGeometry height="30" width="320" x="80" y="-10" as="geometry" />
        </mxCell>
        <mxCell id="nP7MUzTF3mefOpApIKCE-32" edge="1" parent="1" source="nP7MUzTF3mefOpApIKCE-30" style="edgeStyle=orthogonalEdgeStyle;rounded=0;orthogonalLoop=1;jettySize=auto;html=1;" target="nP7MUzTF3mefOpApIKCE-31" value="">
          <mxGeometry relative="1" as="geometry" />
        </mxCell>
        <mxCell id="nP7MUzTF3mefOpApIKCE-30" parent="1" style="rounded=1;whiteSpace=wrap;html=1;" value="start: guest checkout" vertex="1">
          <mxGeometry height="40" width="150" x="810" y="50" as="geometry" />
        </mxCell>
        <mxCell id="nP7MUzTF3mefOpApIKCE-34" edge="1" parent="1" source="nP7MUzTF3mefOpApIKCE-31" style="edgeStyle=orthogonalEdgeStyle;rounded=0;orthogonalLoop=1;jettySize=auto;html=1;" target="nP7MUzTF3mefOpApIKCE-33" value="">
          <mxGeometry relative="1" as="geometry" />
        </mxCell>
        <mxCell id="nP7MUzTF3mefOpApIKCE-36" edge="1" parent="1" source="nP7MUzTF3mefOpApIKCE-31" style="edgeStyle=orthogonalEdgeStyle;rounded=0;orthogonalLoop=1;jettySize=auto;html=1;" target="nP7MUzTF3mefOpApIKCE-35" value="">
          <mxGeometry relative="1" as="geometry" />
        </mxCell>
        <mxCell id="nP7MUzTF3mefOpApIKCE-31" parent="1" style="rhombus;whiteSpace=wrap;html=1;rounded=1;" value="active stay&lt;div&gt;record fuond&lt;/div&gt;" vertex="1">
          <mxGeometry height="90" width="95" x="837.5" y="130" as="geometry" />
        </mxCell>
        <mxCell id="nP7MUzTF3mefOpApIKCE-33" parent="1" style="whiteSpace=wrap;html=1;rounded=1;" value="return error:&lt;div&gt;no stay found - stop&amp;nbsp;&lt;/div&gt;" vertex="1">
          <mxGeometry height="60" width="120" x="1000" y="145" as="geometry" />
        </mxCell>
        <mxCell id="nP7MUzTF3mefOpApIKCE-54" edge="1" parent="1" source="nP7MUzTF3mefOpApIKCE-35" style="edgeStyle=orthogonalEdgeStyle;rounded=0;orthogonalLoop=1;jettySize=auto;html=1;" target="nP7MUzTF3mefOpApIKCE-38" value="">
          <mxGeometry relative="1" as="geometry" />
        </mxCell>
        <mxCell id="nP7MUzTF3mefOpApIKCE-35" parent="1" style="whiteSpace=wrap;html=1;rounded=1;" value="calculate nights stayed&lt;div&gt;celling ((checkout - checkin ) / 86400 ) , min = 1&lt;/div&gt;" vertex="1">
          <mxGeometry height="60" width="261.25" x="754.38" y="260" as="geometry" />
        </mxCell>
        <mxCell id="nP7MUzTF3mefOpApIKCE-37" parent="1" style="whiteSpace=wrap;html=1;rounded=1;" value="calculate base room charge&lt;div&gt;nightly_rate x nights&amp;nbsp;&amp;nbsp;&lt;/div&gt;" vertex="1">
          <mxGeometry height="60" width="261.25" x="754.38" y="340" as="geometry" />
        </mxCell>
        <mxCell id="nP7MUzTF3mefOpApIKCE-40" edge="1" parent="1" source="nP7MUzTF3mefOpApIKCE-38" style="edgeStyle=orthogonalEdgeStyle;rounded=0;orthogonalLoop=1;jettySize=auto;html=1;" target="nP7MUzTF3mefOpApIKCE-39" value="">
          <mxGeometry relative="1" as="geometry" />
        </mxCell>
        <mxCell id="nP7MUzTF3mefOpApIKCE-38" parent="1" style="whiteSpace=wrap;html=1;rounded=1;" value="sum room sevice charges&amp;nbsp;&lt;div&gt;minibar, late checkout, extras&lt;/div&gt;" vertex="1">
          <mxGeometry height="60" width="261.25" x="754.38" y="420" as="geometry" />
        </mxCell>
        <mxCell id="nP7MUzTF3mefOpApIKCE-42" edge="1" parent="1" source="nP7MUzTF3mefOpApIKCE-39" style="edgeStyle=orthogonalEdgeStyle;rounded=0;orthogonalLoop=1;jettySize=auto;html=1;" target="nP7MUzTF3mefOpApIKCE-41" value="">
          <mxGeometry relative="1" as="geometry" />
        </mxCell>
        <mxCell id="nP7MUzTF3mefOpApIKCE-45" edge="1" parent="1" source="nP7MUzTF3mefOpApIKCE-39" style="edgeStyle=orthogonalEdgeStyle;rounded=0;orthogonalLoop=1;jettySize=auto;html=1;" target="nP7MUzTF3mefOpApIKCE-44" value="">
          <mxGeometry relative="1" as="geometry" />
        </mxCell>
        <mxCell id="nP7MUzTF3mefOpApIKCE-39" parent="1" style="rhombus;whiteSpace=wrap;html=1;rounded=1;" value="discount&amp;nbsp;&lt;div&gt;applied?&lt;/div&gt;" vertex="1">
          <mxGeometry height="80" width="80" x="845.005" y="530" as="geometry" />
        </mxCell>
        <mxCell id="nP7MUzTF3mefOpApIKCE-47" edge="1" parent="1" source="nP7MUzTF3mefOpApIKCE-41" style="edgeStyle=orthogonalEdgeStyle;rounded=0;orthogonalLoop=1;jettySize=auto;html=1;entryX=1;entryY=0.5;entryDx=0;entryDy=0;" target="nP7MUzTF3mefOpApIKCE-44">
          <mxGeometry relative="1" as="geometry" />
        </mxCell>
        <mxCell id="nP7MUzTF3mefOpApIKCE-41" parent="1" style="whiteSpace=wrap;html=1;rounded=1;" value="subtract discount&amp;nbsp;&lt;div&gt;subtotal x ( discount %/100)&lt;/div&gt;" vertex="1">
          <mxGeometry height="60" width="169.99" x="990.01" y="540" as="geometry" />
        </mxCell>
        <mxCell id="nP7MUzTF3mefOpApIKCE-43" parent="1" style="text;html=1;whiteSpace=wrap;strokeColor=none;fillColor=none;align=center;verticalAlign=middle;rounded=0;" value="yes" vertex="1">
          <mxGeometry height="30" width="60" x="920" y="540" as="geometry" />
        </mxCell>
        <mxCell id="nP7MUzTF3mefOpApIKCE-49" edge="1" parent="1" source="nP7MUzTF3mefOpApIKCE-44" style="edgeStyle=orthogonalEdgeStyle;rounded=0;orthogonalLoop=1;jettySize=auto;html=1;" target="nP7MUzTF3mefOpApIKCE-48" value="">
          <mxGeometry relative="1" as="geometry" />
        </mxCell>
        <mxCell id="nP7MUzTF3mefOpApIKCE-44" parent="1" style="whiteSpace=wrap;html=1;rounded=1;" value="return final bill breakdawn&lt;div&gt;base + room service + extras - discount&amp;nbsp;&amp;nbsp;&lt;/div&gt;" vertex="1">
          <mxGeometry height="40" width="240" x="765" y="660" as="geometry" />
        </mxCell>
        <mxCell id="nP7MUzTF3mefOpApIKCE-46" parent="1" style="text;html=1;whiteSpace=wrap;strokeColor=none;fillColor=none;align=center;verticalAlign=middle;rounded=0;" value="no" vertex="1">
          <mxGeometry height="30" width="60" x="870" y="620" as="geometry" />
        </mxCell>
        <mxCell id="nP7MUzTF3mefOpApIKCE-48" parent="1" style="whiteSpace=wrap;html=1;rounded=1;" value="end" vertex="1">
          <mxGeometry height="20" width="45" x="862.5" y="730" as="geometry" />
        </mxCell>
        <mxCell id="nP7MUzTF3mefOpApIKCE-50" parent="1" style="text;html=1;whiteSpace=wrap;strokeColor=none;fillColor=none;align=center;verticalAlign=middle;rounded=0;" value="&lt;strong&gt;Figure 2&lt;/strong&gt; — Billing Calculation Algorithm:" vertex="1">
          <mxGeometry height="30" width="260" x="765" y="-10" as="geometry" />
        </mxCell>
        <mxCell id="nP7MUzTF3mefOpApIKCE-53" edge="1" parent="1" source="nP7MUzTF3mefOpApIKCE-51" style="edgeStyle=orthogonalEdgeStyle;rounded=0;orthogonalLoop=1;jettySize=auto;html=1;" target="nP7MUzTF3mefOpApIKCE-52" value="">
          <mxGeometry relative="1" as="geometry" />
        </mxCell>
        <mxCell id="nP7MUzTF3mefOpApIKCE-51" parent="1" style="rounded=1;whiteSpace=wrap;html=1;" value="start: maintainas report&amp;nbsp;" vertex="1">
          <mxGeometry height="30" width="160" x="1400" y="50" as="geometry" />
        </mxCell>
        <mxCell id="nP7MUzTF3mefOpApIKCE-52" parent="1" style="rounded=1;whiteSpace=wrap;html=1;" value="validate report&amp;nbsp;&lt;div&gt;&lt;/div&gt;&lt;div&gt;room no, description, urgency level&lt;/div&gt;" vertex="1">
          <mxGeometry height="50" width="210" x="1375" y="110" as="geometry" />
        </mxCell>
        <mxCell id="nP7MUzTF3mefOpApIKCE-55" parent="1" style="rounded=1;whiteSpace=wrap;html=1;" value="map urgency -&amp;gt; priority number&amp;nbsp;&lt;div&gt;critical=0 high=1 normal=2 low=3&amp;nbsp;&lt;/div&gt;" vertex="1">
          <mxGeometry height="50" width="210" x="1375" y="190" as="geometry" />
        </mxCell>
        <mxCell id="nP7MUzTF3mefOpApIKCE-56" parent="1" style="rounded=1;whiteSpace=wrap;html=1;" value="insert into min-heap (heappush)&lt;div&gt;sorted by priority, then submitted_at&amp;nbsp;&lt;/div&gt;" vertex="1">
          <mxGeometry height="50" width="210" x="1375" y="270" as="geometry" />
        </mxCell>
        <mxCell id="nP7MUzTF3mefOpApIKCE-59" edge="1" parent="1" source="nP7MUzTF3mefOpApIKCE-57" style="edgeStyle=orthogonalEdgeStyle;rounded=0;orthogonalLoop=1;jettySize=auto;html=1;" target="nP7MUzTF3mefOpApIKCE-58" value="">
          <mxGeometry relative="1" as="geometry" />
        </mxCell>
        <mxCell id="nP7MUzTF3mefOpApIKCE-57" parent="1" style="rounded=1;whiteSpace=wrap;html=1;" value="technician requests next job&amp;nbsp;" vertex="1">
          <mxGeometry height="30" width="165" x="1397.5" y="360" as="geometry" />
        </mxCell>
        <mxCell id="nP7MUzTF3mefOpApIKCE-61" edge="1" parent="1" source="nP7MUzTF3mefOpApIKCE-58" style="edgeStyle=orthogonalEdgeStyle;rounded=0;orthogonalLoop=1;jettySize=auto;html=1;" target="nP7MUzTF3mefOpApIKCE-60" value="">
          <mxGeometry relative="1" as="geometry" />
        </mxCell>
        <mxCell id="nP7MUzTF3mefOpApIKCE-63" edge="1" parent="1" source="nP7MUzTF3mefOpApIKCE-58" style="edgeStyle=orthogonalEdgeStyle;rounded=0;orthogonalLoop=1;jettySize=auto;html=1;" target="nP7MUzTF3mefOpApIKCE-62" value="">
          <mxGeometry relative="1" as="geometry" />
        </mxCell>
        <mxCell id="nP7MUzTF3mefOpApIKCE-58" parent="1" style="rhombus;whiteSpace=wrap;html=1;rounded=1;" value="queue&lt;div&gt;empty?&lt;/div&gt;" vertex="1">
          <mxGeometry height="80" width="80" x="1440" y="445" as="geometry" />
        </mxCell>
        <mxCell id="nP7MUzTF3mefOpApIKCE-60" parent="1" style="whiteSpace=wrap;html=1;rounded=1;" value="return &quot;no pending&amp;nbsp;&lt;div&gt;rewuest&quot; - stop&lt;/div&gt;" vertex="1">
          <mxGeometry height="60" width="120" x="1600" y="455" as="geometry" />
        </mxCell>
        <mxCell id="nP7MUzTF3mefOpApIKCE-65" edge="1" parent="1" source="nP7MUzTF3mefOpApIKCE-62" style="edgeStyle=orthogonalEdgeStyle;rounded=0;orthogonalLoop=1;jettySize=auto;html=1;" target="nP7MUzTF3mefOpApIKCE-64" value="">
          <mxGeometry relative="1" as="geometry" />
        </mxCell>
        <mxCell id="nP7MUzTF3mefOpApIKCE-62" parent="1" style="whiteSpace=wrap;html=1;rounded=1;" value="pop top item (heappop)&lt;div&gt;highest priority, earliest if tied&lt;/div&gt;" vertex="1">
          <mxGeometry height="55" width="180" x="1390" y="555" as="geometry" />
        </mxCell>
        <mxCell id="nP7MUzTF3mefOpApIKCE-69" edge="1" parent="1" source="nP7MUzTF3mefOpApIKCE-64" style="edgeStyle=orthogonalEdgeStyle;rounded=0;orthogonalLoop=1;jettySize=auto;html=1;" target="nP7MUzTF3mefOpApIKCE-68" value="">
          <mxGeometry relative="1" as="geometry" />
        </mxCell>
        <mxCell id="nP7MUzTF3mefOpApIKCE-64" parent="1" style="whiteSpace=wrap;html=1;rounded=1;" value="assign to technician -&amp;gt; in progress&amp;nbsp;" vertex="1">
          <mxGeometry height="40" width="190" x="1385" y="650" as="geometry" />
        </mxCell>
        <mxCell id="nP7MUzTF3mefOpApIKCE-66" parent="1" style="text;html=1;whiteSpace=wrap;strokeColor=none;fillColor=none;align=center;verticalAlign=middle;rounded=0;" value="no" vertex="1">
          <mxGeometry height="30" width="60" x="1460" y="520" as="geometry" />
        </mxCell>
        <mxCell id="nP7MUzTF3mefOpApIKCE-67" parent="1" style="text;html=1;whiteSpace=wrap;strokeColor=none;fillColor=none;align=center;verticalAlign=middle;rounded=0;" value="yes" vertex="1">
          <mxGeometry height="30" width="60" x="1525" y="460" as="geometry" />
        </mxCell>
        <mxCell id="nP7MUzTF3mefOpApIKCE-71" edge="1" parent="1" source="nP7MUzTF3mefOpApIKCE-68" style="edgeStyle=orthogonalEdgeStyle;rounded=0;orthogonalLoop=1;jettySize=auto;html=1;" target="nP7MUzTF3mefOpApIKCE-70" value="">
          <mxGeometry relative="1" as="geometry" />
        </mxCell>
        <mxCell id="nP7MUzTF3mefOpApIKCE-74" edge="1" parent="1" source="nP7MUzTF3mefOpApIKCE-68" style="edgeStyle=orthogonalEdgeStyle;rounded=0;orthogonalLoop=1;jettySize=auto;html=1;" target="nP7MUzTF3mefOpApIKCE-73" value="">
          <mxGeometry relative="1" as="geometry" />
        </mxCell>
        <mxCell id="nP7MUzTF3mefOpApIKCE-68" parent="1" style="rhombus;whiteSpace=wrap;html=1;rounded=1;" value="technician&amp;nbsp;&lt;div&gt;marks resolved&lt;/div&gt;" vertex="1">
          <mxGeometry height="100" width="120" x="1420" y="730" as="geometry" />
        </mxCell>
        <mxCell id="nP7MUzTF3mefOpApIKCE-70" parent="1" style="whiteSpace=wrap;html=1;rounded=1;" value="wait - issue&amp;nbsp;&lt;div&gt;stays in prograss&lt;/div&gt;" vertex="1">
          <mxGeometry height="60" width="120" x="1220" y="750" as="geometry" />
        </mxCell>
        <mxCell id="nP7MUzTF3mefOpApIKCE-72" parent="1" style="text;html=1;whiteSpace=wrap;strokeColor=none;fillColor=none;align=center;verticalAlign=middle;rounded=0;" value="no" vertex="1">
          <mxGeometry height="30" width="60" x="1350" y="750" as="geometry" />
        </mxCell>
        <mxCell id="nP7MUzTF3mefOpApIKCE-73" parent="1" style="whiteSpace=wrap;html=1;rounded=1;" value="log as resolved - publish event&amp;nbsp;" vertex="1">
          <mxGeometry height="30" width="190" x="1385" y="880" as="geometry" />
        </mxCell>
        <mxCell id="nP7MUzTF3mefOpApIKCE-75" parent="1" style="text;html=1;whiteSpace=wrap;strokeColor=none;fillColor=none;align=center;verticalAlign=middle;rounded=0;" value="yes" vertex="1">
          <mxGeometry height="30" width="60" x="1460" y="830" as="geometry" />
        </mxCell>
        <mxCell id="nP7MUzTF3mefOpApIKCE-76" parent="1" style="text;html=1;whiteSpace=wrap;strokeColor=none;fillColor=none;align=center;verticalAlign=middle;rounded=0;" value="&lt;strong&gt;Figure 3&lt;/strong&gt; — Maintenance Priority Queue Algorithm:" vertex="1">
          <mxGeometry height="30" width="300" x="1340" y="-20" as="geometry" />
        </mxCell>
      </root>
    </mxGraphModel>
  </diagram>
</mxfile>
